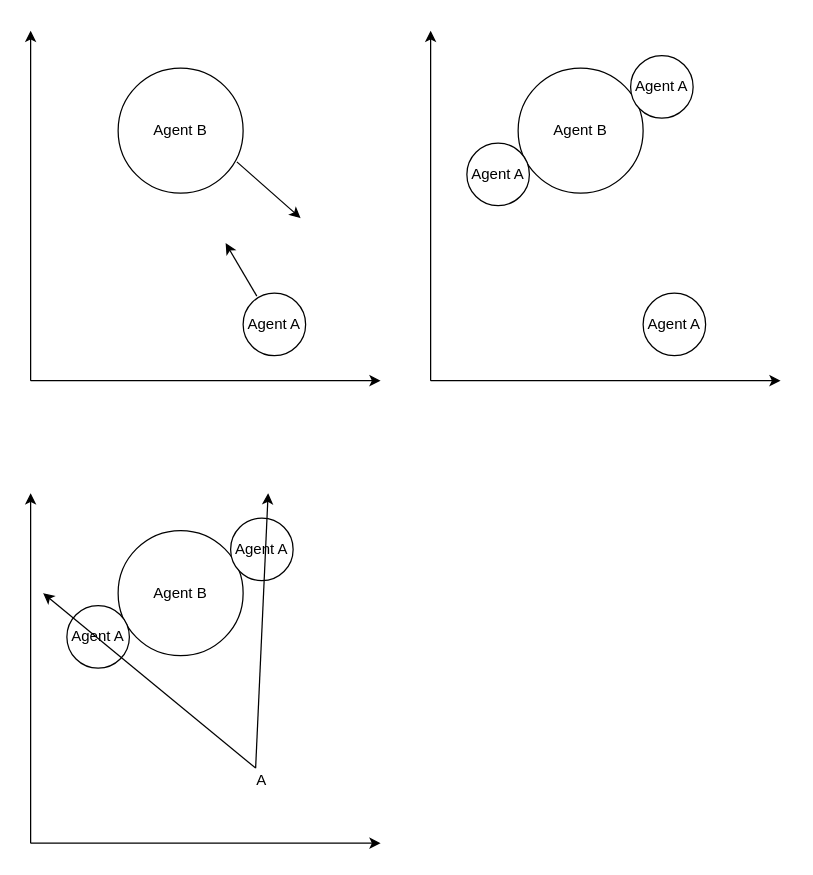
The draw.io diagram RVO.drawio in Allusteve/DrawioRepo, before the edit. Source tidied: cells renumbered, new cells numbered last; positions are measured from the earlier drawing's top-left corner, leaving out a move shared by most shapes. Both pictures are drawn from the tidied source at 125%, with x=0, y=0 at pixel (30, 30).
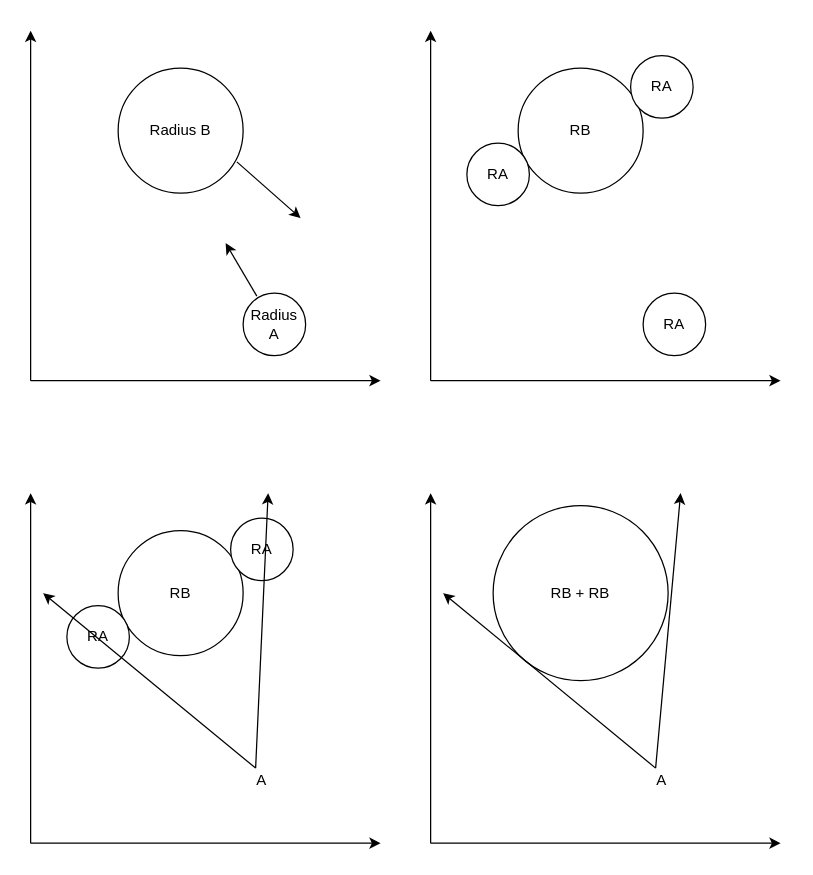
The same page after the edit.

What changed in the source:
```diff
@@
-    <mxCell id="2" value="Agent B" style="ellipse;whiteSpace=wrap;html=1;" parent="1" vertex="1">
+    <mxCell id="2" value="Radius B" style="ellipse;whiteSpace=wrap;html=1;" parent="1" vertex="1">
       <mxGeometry x="70" y="30" width="100" height="100" as="geometry" />
     </mxCell>
-    <mxCell id="3" value="Agent A" style="ellipse;whiteSpace=wrap;html=1;" parent="1" vertex="1">
+    <mxCell id="3" value="Radius A" style="ellipse;whiteSpace=wrap;html=1;" parent="1" vertex="1">
       <mxGeometry x="170" y="210" width="50" height="50" as="geometry" />
     </mxCell>
@@
-    <mxCell id="8" value="Agent B" style="ellipse;whiteSpace=wrap;html=1;" parent="1" vertex="1">
+    <mxCell id="8" value="RB" style="ellipse;whiteSpace=wrap;html=1;" parent="1" vertex="1">
       <mxGeometry x="390" y="30" width="100" height="100" as="geometry" />
     </mxCell>
-    <mxCell id="9" value="Agent A" style="ellipse;whiteSpace=wrap;html=1;" parent="1" vertex="1">
+    <mxCell id="9" value="RA" style="ellipse;whiteSpace=wrap;html=1;" parent="1" vertex="1">
       <mxGeometry x="490" y="210" width="50" height="50" as="geometry" />
     </mxCell>
@@
-    <mxCell id="12" value="Agent A" style="ellipse;whiteSpace=wrap;html=1;" parent="1" vertex="1">
+    <mxCell id="12" value="RA" style="ellipse;whiteSpace=wrap;html=1;" parent="1" vertex="1">
       <mxGeometry x="349" y="90" width="50" height="50" as="geometry" />
     </mxCell>
-    <mxCell id="13" value="Agent A" style="ellipse;whiteSpace=wrap;html=1;" parent="1" vertex="1">
+    <mxCell id="13" value="RA" style="ellipse;whiteSpace=wrap;html=1;" parent="1" vertex="1">
       <mxGeometry x="480" y="20" width="50" height="50" as="geometry" />
     </mxCell>
-    <mxCell id="14" value="Agent B" style="ellipse;whiteSpace=wrap;html=1;" parent="1" vertex="1">
+    <mxCell id="14" value="RB" style="ellipse;whiteSpace=wrap;html=1;" parent="1" vertex="1">
       <mxGeometry x="70" y="400" width="100" height="100" as="geometry" />
     </mxCell>
@@
-    <mxCell id="17" value="Agent A" style="ellipse;whiteSpace=wrap;html=1;" parent="1" vertex="1">
+    <mxCell id="17" value="RA" style="ellipse;whiteSpace=wrap;html=1;" parent="1" vertex="1">
       <mxGeometry x="29" y="460" width="50" height="50" as="geometry" />
     </mxCell>
-    <mxCell id="18" value="Agent A" style="ellipse;whiteSpace=wrap;html=1;" parent="1" vertex="1">
+    <mxCell id="18" value="RA" style="ellipse;whiteSpace=wrap;html=1;" parent="1" vertex="1">
       <mxGeometry x="160" y="390" width="50" height="50" as="geometry" />
     </mxCell>
@@
+    <mxCell id="22" value="RB + RB" style="ellipse;whiteSpace=wrap;html=1;" parent="1" vertex="1">
+      <mxGeometry x="370" y="380" width="140" height="140" as="geometry" />
+    </mxCell>
+    <mxCell id="23" style="endArrow=classic;html=1;rounded=0;" parent="1" edge="1">
+      <mxGeometry relative="1" as="geometry">
+        <mxPoint x="320" y="650" as="sourcePoint" />
+        <mxPoint x="600" y="650" as="targetPoint" />
+      </mxGeometry>
+    </mxCell>
+    <mxCell id="24" style="endArrow=classic;html=1;rounded=0;" parent="1" edge="1">
+      <mxGeometry relative="1" as="geometry">
+        <mxPoint x="320" y="650" as="sourcePoint" />
+        <mxPoint x="320" y="370" as="targetPoint" />
+      </mxGeometry>
+    </mxCell>
+    <mxCell id="25" style="endArrow=classic;html=1;rounded=0;" parent="1" edge="1">
+      <mxGeometry relative="1" as="geometry">
+        <mxPoint x="500" y="590" as="sourcePoint" />
+        <mxPoint x="520" y="370" as="targetPoint" />
+      </mxGeometry>
+    </mxCell>
+    <mxCell id="26" style="endArrow=classic;html=1;rounded=0;" parent="1" edge="1">
+      <mxGeometry relative="1" as="geometry">
+        <mxPoint x="500" y="590" as="sourcePoint" />
+        <mxPoint x="330" y="450" as="targetPoint" />
+      </mxGeometry>
+    </mxCell>
+    <mxCell id="27" value="A" style="text;html=1;align=center;verticalAlign=middle;whiteSpace=wrap;rounded=0;" parent="1" vertex="1">
+      <mxGeometry x="495" y="590" width="20" height="20" as="geometry" />
+    </mxCell>
```
